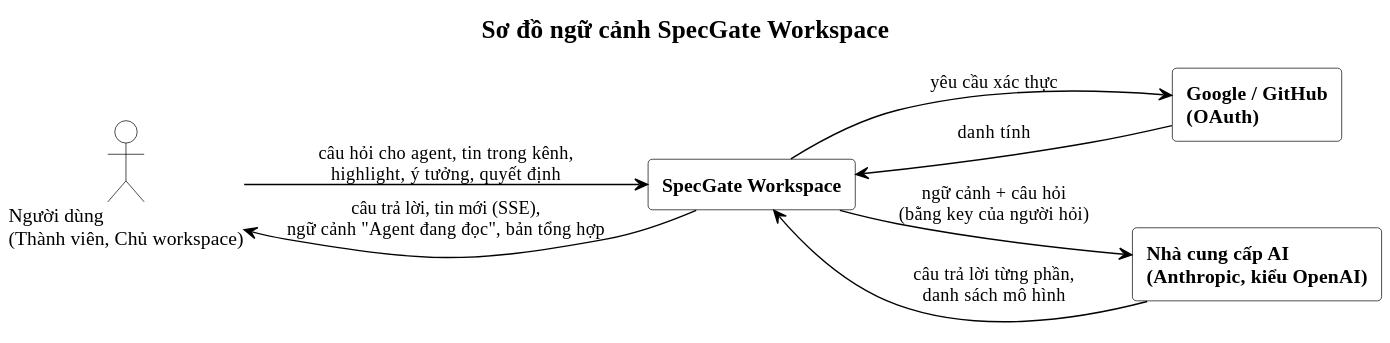
The PlantUML diagram uml/img/vs-context-diagram.svg in Jin2509/Specgate_BlackBoard, before a commit.
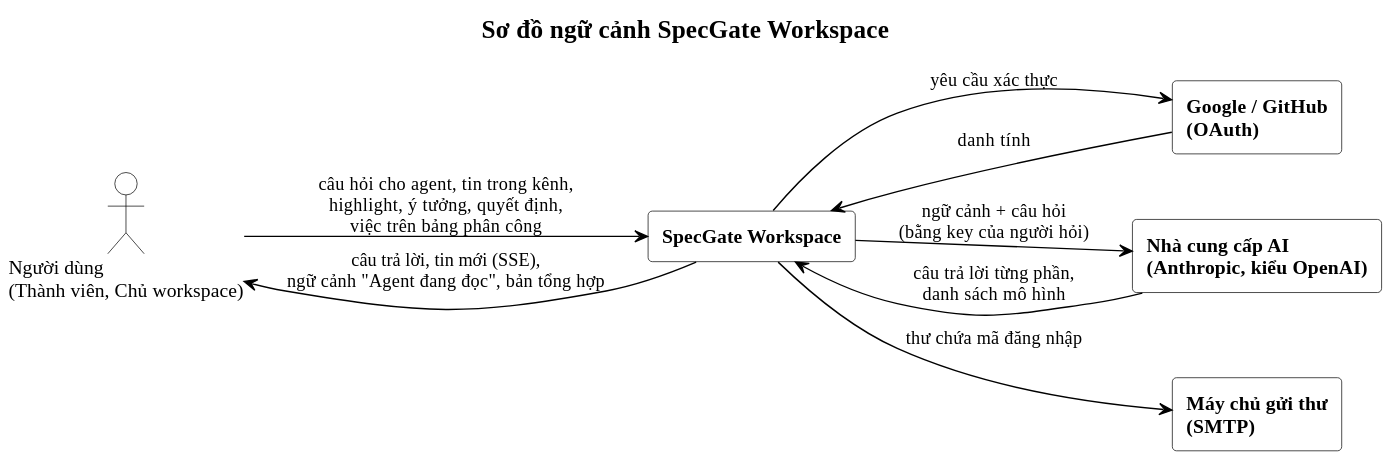
After the change.

The edit, as a diff of the source:
```diff
@@ -8,11 +8,13 @@
 rectangle "SpecGate Workspace" as System
 rectangle "Google / GitHub\n(OAuth)" as Idp
 rectangle "Nhà cung cấp AI\n(Anthropic, kiểu OpenAI)" as Ai
+rectangle "Máy chủ gửi thư\n(SMTP)" as Mail
 
-User --> System : câu hỏi cho agent, tin trong kênh,\nhighlight, ý tưởng, quyết định
+User --> System : câu hỏi cho agent, tin trong kênh,\nhighlight, ý tưởng, quyết định,\nviệc trên bảng phân công
 System --> User : câu trả lời, tin mới (SSE),\nngữ cảnh "Agent đang đọc", bản tổng hợp
 System --> Idp : yêu cầu xác thực
 Idp --> System : danh tính
+System --> Mail : thư chứa mã đăng nhập
 System --> Ai : ngữ cảnh + câu hỏi\n(bằng key của người hỏi)
 Ai --> System : câu trả lời từng phần,\ndanh sách mô hình
 @enduml
```
